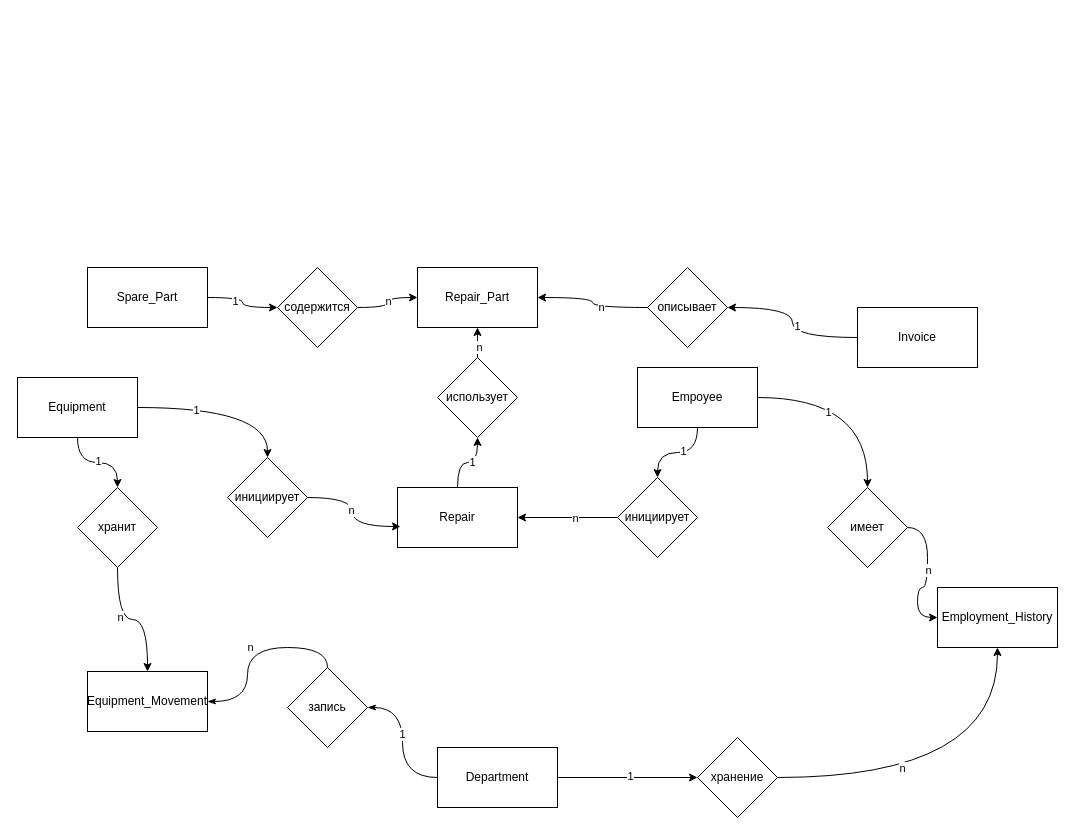
Above: LabsOMIS/er-chen.drawio in L1x0/LabsBSUIR (draw.io), before the change. Source tidied: cells renumbered, new cells numbered last; positions are measured from the earlier drawing's top-left corner, leaving out a move shared by most shapes. Both pictures are drawn from the tidied source at 100%, with x=0, y=0 at pixel (17, 267).
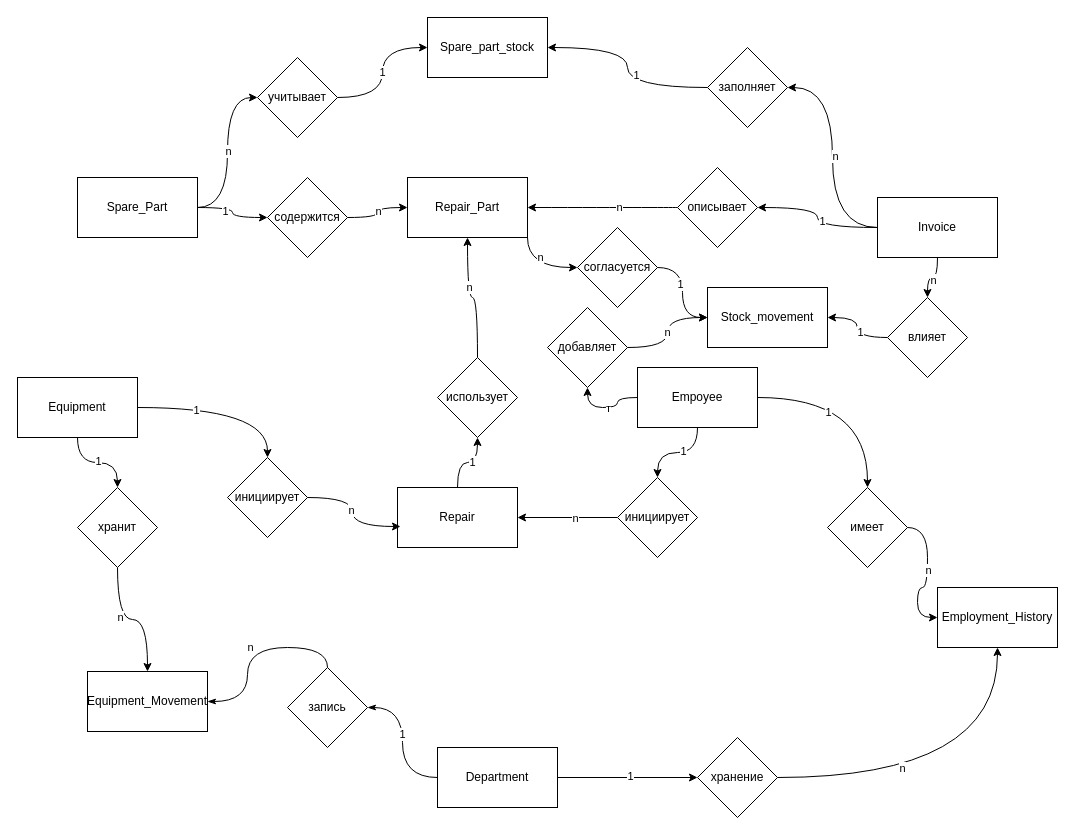
After the change.

Unchanged cells that the change refers to:
```xml
<mxCell id="14" value="Empoyee" style="rounded=0;whiteSpace=wrap;html=1;" parent="1" vertex="1">
  <mxGeometry x="620" y="100" width="120" height="60" as="geometry" />
</mxCell>
<mxCell id="48" value="использует" style="rhombus;whiteSpace=wrap;html=1;" parent="1" vertex="1">
  <mxGeometry x="420" y="90" width="80" height="80" as="geometry" />
</mxCell>
```

The edit, as a diff of the source:
```diff
@@
+    <mxCell id="55" style="edgeStyle=orthogonalEdgeStyle;rounded=0;jettySize=auto;html=1;entryX=0.5;entryY=1;entryDx=0;entryDy=0;curved=1;" parent="1" edge="1" source="14" target="76">
+      <mxGeometry relative="1" as="geometry" />
+    </mxCell>
+    <mxCell id="56" value="т" style="edgeLabel;html=1;align=center;verticalAlign=middle;" parent="55" vertex="1">
+      <mxGeometry relative="1" as="geometry" />
+    </mxCell>
@@
+    <mxCell id="57" style="edgeStyle=orthogonalEdgeStyle;rounded=0;jettySize=auto;html=1;entryX=0;entryY=0.5;entryDx=0;entryDy=0;curved=1;" parent="1" edge="1" source="22" target="68">
+      <mxGeometry relative="1" as="geometry" />
+    </mxCell>
+    <mxCell id="58" value="n" style="edgeLabel;html=1;align=center;verticalAlign=middle;" parent="57" vertex="1">
+      <mxGeometry x="0.02" relative="1" as="geometry" />
+    </mxCell>
     <mxCell id="22" value="Spare_Part" style="rounded=0;whiteSpace=wrap;html=1;" parent="1" vertex="1">
-      <mxGeometry x="70" width="120" height="60" as="geometry" />
+      <mxGeometry x="60" y="-90" width="120" height="60" as="geometry" />
     </mxCell>
@@
+    <mxCell id="59" style="edgeStyle=orthogonalEdgeStyle;rounded=0;jettySize=auto;html=1;entryX=1;entryY=0.5;entryDx=0;entryDy=0;curved=1;" parent="1" edge="1" source="25" target="71">
+      <mxGeometry relative="1" as="geometry" />
+    </mxCell>
+    <mxCell id="60" value="n" style="edgeLabel;html=1;align=center;verticalAlign=middle;" parent="59" vertex="1">
+      <mxGeometry x="0.02" y="-2" relative="1" as="geometry" />
+    </mxCell>
+    <mxCell id="61" style="edgeStyle=orthogonalEdgeStyle;rounded=0;jettySize=auto;html=1;curved=1;" parent="1" edge="1" source="25" target="74">
+      <mxGeometry relative="1" as="geometry" />
+    </mxCell>
+    <mxCell id="62" value="n" style="edgeLabel;html=1;align=center;verticalAlign=middle;" parent="61" vertex="1">
+      <mxGeometry y="2" relative="1" as="geometry" />
+    </mxCell>
     <mxCell id="25" value="Invoice" style="rounded=0;whiteSpace=wrap;html=1;" parent="1" vertex="1">
-      <mxGeometry x="840" y="40" width="120" height="60" as="geometry" />
+      <mxGeometry x="860" y="-70" width="120" height="60" as="geometry" />
     </mxCell>
@@
+    <mxCell id="63" style="edgeStyle=orthogonalEdgeStyle;rounded=0;jettySize=auto;html=1;exitX=1;exitY=1;exitDx=0;exitDy=0;curved=1;" parent="1" edge="1" source="27" target="79">
+      <mxGeometry relative="1" as="geometry" />
+    </mxCell>
+    <mxCell id="64" value="n" style="edgeLabel;html=1;align=center;verticalAlign=middle;" parent="63" vertex="1">
+      <mxGeometry x="0.05" y="11" relative="1" as="geometry" />
+    </mxCell>
     <mxCell id="27" value="Repair_Part" style="rounded=0;whiteSpace=wrap;html=1;" parent="1" vertex="1">
-      <mxGeometry x="400" width="120" height="60" as="geometry" />
+      <mxGeometry x="390" y="-90" width="120" height="60" as="geometry" />
     </mxCell>
@@
-    <mxCell id="46" style="edgeStyle=orthogonalEdgeStyle;rounded=0;jettySize=auto;html=1;" parent="1" edge="1" source="48" target="27">
+    <mxCell id="46" style="edgeStyle=orthogonalEdgeStyle;rounded=0;jettySize=auto;html=1;exitX=0.5;exitY=0;exitDx=0;exitDy=0;curved=1;" parent="1" edge="1" source="48" target="27">
       <mxGeometry relative="1" as="geometry" />
     </mxCell>
@@
     <mxCell id="51" value="описывает" style="rhombus;whiteSpace=wrap;html=1;" parent="1" vertex="1">
-      <mxGeometry x="630" width="80" height="80" as="geometry" />
+      <mxGeometry x="660" y="-100" width="80" height="80" as="geometry" />
     </mxCell>
@@
     <mxCell id="54" value="содержится" style="rhombus;whiteSpace=wrap;html=1;" parent="1" vertex="1">
-      <mxGeometry x="260" width="80" height="80" as="geometry" />
+      <mxGeometry x="250" y="-90" width="80" height="80" as="geometry" />
     </mxCell>
+    <mxCell id="65" value="Stock_movement" style="rounded=0;whiteSpace=wrap;html=1;" parent="1" vertex="1">
+      <mxGeometry x="690" y="20" width="120" height="60" as="geometry" />
+    </mxCell>
+    <mxCell id="66" value="Spare_part_stock" style="whiteSpace=wrap;html=1;" parent="1" vertex="1">
+      <mxGeometry x="410" y="-250" width="120" height="60" as="geometry" />
+    </mxCell>
+    <mxCell id="67" value="1" style="edgeStyle=orthogonalEdgeStyle;rounded=0;jettySize=auto;html=1;entryX=0;entryY=0.5;entryDx=0;entryDy=0;curved=1;" parent="1" edge="1" source="68" target="66">
+      <mxGeometry relative="1" as="geometry" />
+    </mxCell>
+    <mxCell id="68" value="учитывает" style="rhombus;whiteSpace=wrap;html=1;" parent="1" vertex="1">
+      <mxGeometry x="240" y="-210" width="80" height="80" as="geometry" />
+    </mxCell>
+    <mxCell id="69" style="edgeStyle=orthogonalEdgeStyle;rounded=0;jettySize=auto;html=1;entryX=1;entryY=0.5;entryDx=0;entryDy=0;curved=1;" parent="1" edge="1" source="71" target="66">
+      <mxGeometry relative="1" as="geometry" />
+    </mxCell>
+    <mxCell id="70" value="1" style="edgeLabel;html=1;align=center;verticalAlign=middle;" parent="69" vertex="1">
+      <mxGeometry x="-0.07" y="-8" relative="1" as="geometry" />
+    </mxCell>
+    <mxCell id="71" value="заполняет" style="rhombus;whiteSpace=wrap;html=1;" parent="1" vertex="1">
+      <mxGeometry x="690" y="-220" width="80" height="80" as="geometry" />
+    </mxCell>
+    <mxCell id="72" style="edgeStyle=orthogonalEdgeStyle;rounded=0;jettySize=auto;html=1;entryX=1;entryY=0.5;entryDx=0;entryDy=0;curved=1;" parent="1" edge="1" source="74" target="65">
+      <mxGeometry relative="1" as="geometry" />
+    </mxCell>
+    <mxCell id="73" value="1" style="edgeLabel;html=1;align=center;verticalAlign=middle;" parent="72" vertex="1">
+      <mxGeometry x="-0.1" y="-2" relative="1" as="geometry" />
+    </mxCell>
+    <mxCell id="74" value="влияет" style="rhombus;whiteSpace=wrap;html=1;" parent="1" vertex="1">
+      <mxGeometry x="870" y="30" width="80" height="80" as="geometry" />
+    </mxCell>
+    <mxCell id="75" value="n" style="edgeStyle=orthogonalEdgeStyle;rounded=0;jettySize=auto;html=1;entryX=0;entryY=0.5;entryDx=0;entryDy=0;curved=1;" parent="1" edge="1" source="76" target="65">
+      <mxGeometry relative="1" as="geometry" />
+    </mxCell>
+    <mxCell id="76" value="добавляет" style="rhombus;whiteSpace=wrap;html=1;" parent="1" vertex="1">
+      <mxGeometry x="530" y="40" width="80" height="80" as="geometry" />
+    </mxCell>
+    <mxCell id="77" style="edgeStyle=orthogonalEdgeStyle;rounded=0;jettySize=auto;html=1;curved=1;" parent="1" edge="1" source="79" target="65">
+      <mxGeometry relative="1" as="geometry" />
+    </mxCell>
+    <mxCell id="78" value="1" style="edgeLabel;html=1;align=center;verticalAlign=middle;" parent="77" vertex="1">
+      <mxGeometry x="-0.18" y="-3" relative="1" as="geometry" />
+    </mxCell>
+    <mxCell id="79" value="согласуется" style="rhombus;whiteSpace=wrap;html=1;" parent="1" vertex="1">
+      <mxGeometry x="560" y="-40" width="80" height="80" as="geometry" />
+    </mxCell>
```
